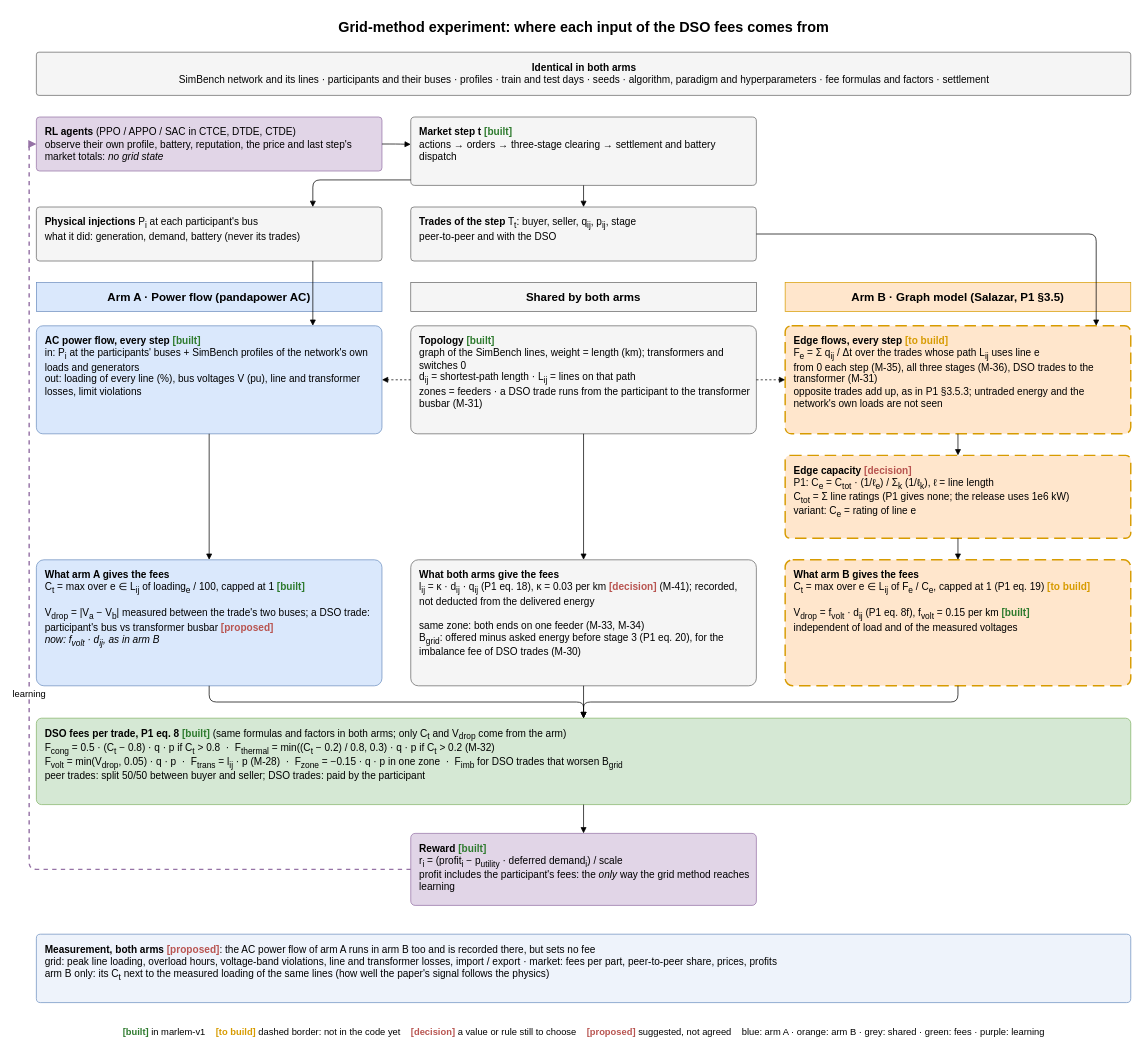
This is docs/experiments/diagrams/grid_methods.drawio from KevinRapo/P2P-thesis, a draw.io file, before an edit. Source tidied: cells renumbered, new cells numbered last; positions are measured from the earlier drawing's top-left corner, leaving out a move shared by most shapes. Both pictures are drawn from the tidied source at 72%, with x=0, y=0 at pixel (36, 12).
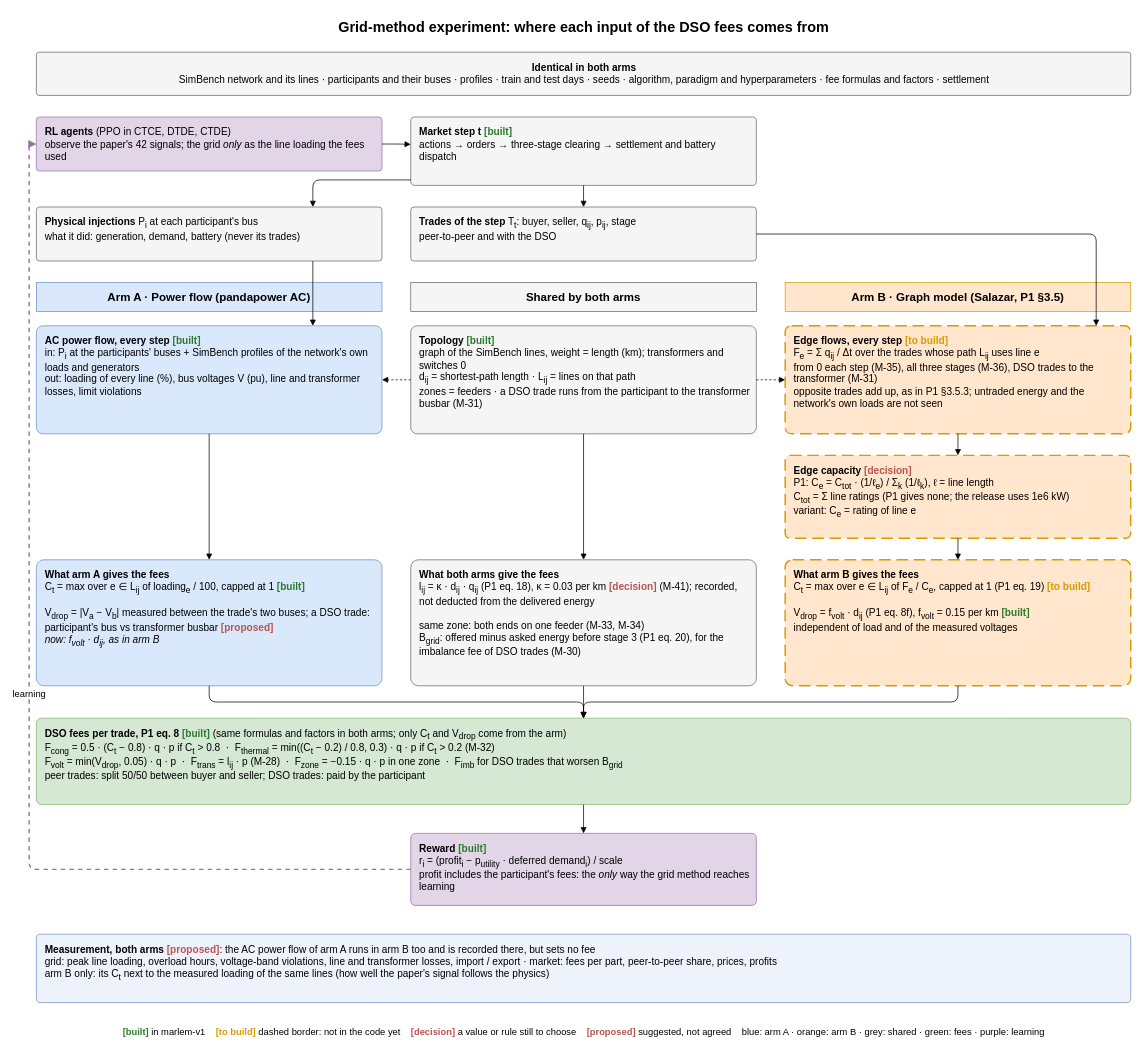
The same page after the edit.

Change to the diagram source:
```diff
@@
-    <mxCell id="4" value="&lt;b&gt;RL agents&lt;/b&gt; (PPO / APPO / SAC in CTCE, DTDE, CTDE)&lt;br&gt;observe their own profile, battery, reputation, the price and last step's market totals: &lt;i&gt;no grid state&lt;/i&gt;" style="rounded=1;whiteSpace=wrap;html=1;fontSize=14;arcSize=6;align=left;verticalAlign=top;spacingLeft=10;spacingRight=8;spacingTop=6;fillColor=#e1d5e7;strokeColor=#9673a6;" parent="1" vertex="1">
+    <mxCell id="4" value="&lt;b&gt;RL agents&lt;/b&gt; (PPO in CTCE, DTDE, CTDE)&lt;br&gt;observe the paper's 42 signals; the grid &lt;i&gt;only&lt;/i&gt; as the line loading the fees used" style="rounded=1;whiteSpace=wrap;html=1;fontSize=14;arcSize=6;align=left;verticalAlign=top;spacingLeft=10;spacingRight=8;spacingTop=6;fillColor=#e1d5e7;strokeColor=#9673a6;" parent="1" vertex="1">
       <mxGeometry y="145" width="480" height="75" as="geometry" />
     </mxCell>
```
